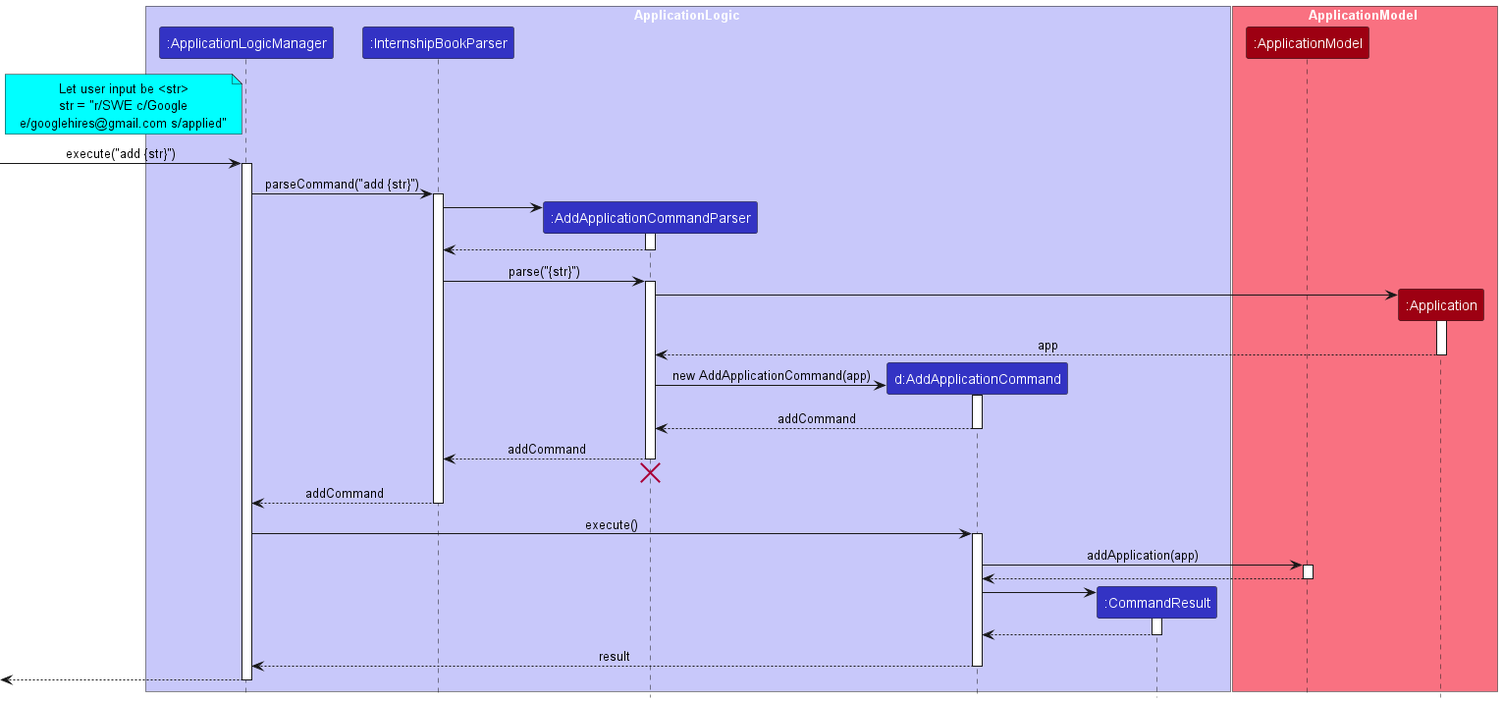
Earlier version of the PlantUML export docs/images/AddApplicationSequenceDiagram.png (nus-cs2103-AY2223S2/tp).
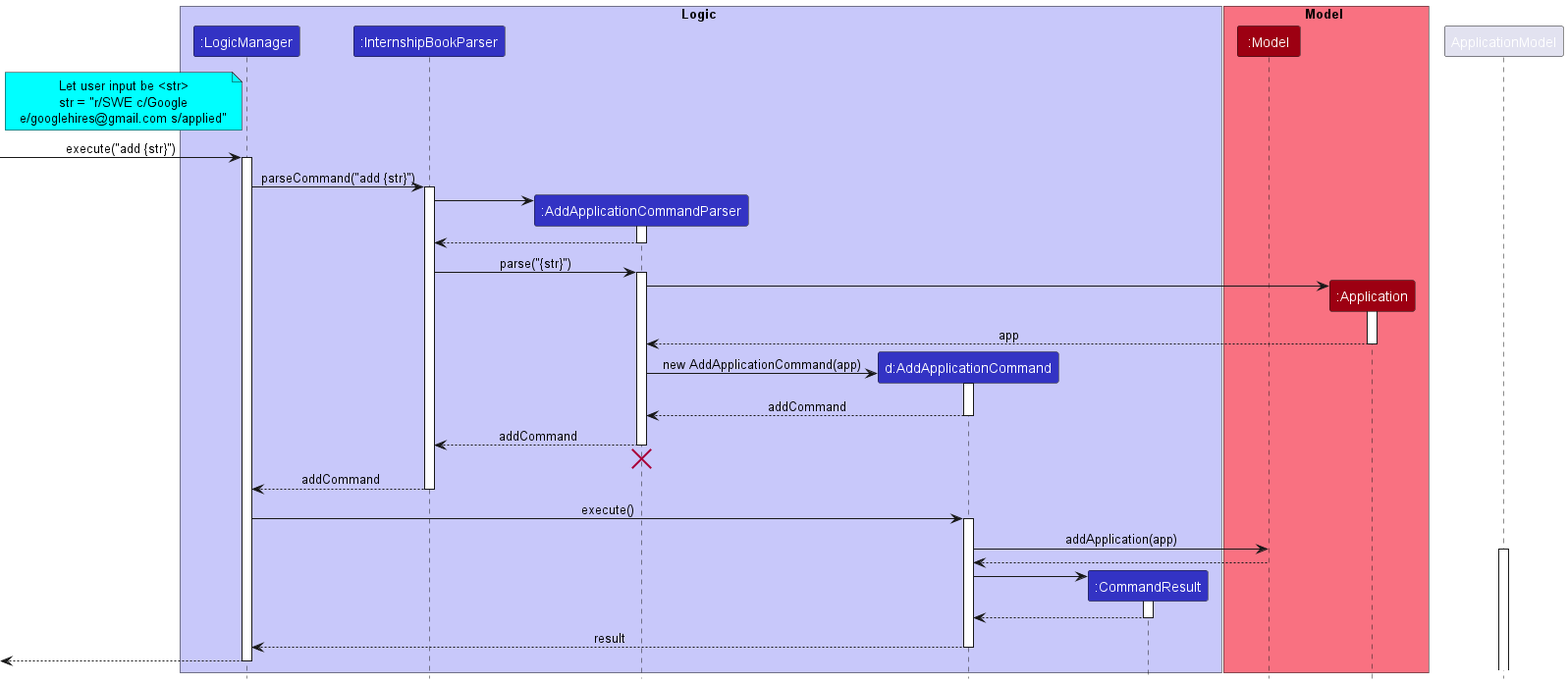
Later version of the same file.

What changed in the source:
```diff
@@ -1,29 +1,29 @@
 @startuml
 !include style.puml
 
-box ApplicationLogic LOGIC_COLOR_T1
-participant ":ApplicationLogicManager" as ApplicationLogicManager LOGIC_COLOR
+box Logic LOGIC_COLOR_T1
+participant ":LogicManager" as LogicManager LOGIC_COLOR
 participant ":InternshipBookParser" as InternshipBookParser LOGIC_COLOR
 participant ":AddApplicationCommandParser" as AddApplicationCommandParser LOGIC_COLOR
 participant "d:AddApplicationCommand" as AddApplicationCommand LOGIC_COLOR
 participant ":CommandResult" as CommandResult LOGIC_COLOR
 end box
 
-box ApplicationModel MODEL_COLOR_T1
-participant ":ApplicationModel" as ApplicationModel MODEL_COLOR
+box Model MODEL_COLOR_T1
+participant ":Model" as Model MODEL_COLOR
 participant ":Application" as Application MODEL_COLOR
 end box
 
-note left of ApplicationLogicManager #aqua
+note left of LogicManager #aqua
 Let user input be <str>
 str = "r/SWE c/Google
 e/googlehires@gmail.com s/applied"
 end note
 
-[-> ApplicationLogicManager : execute("add {str}")
-activate ApplicationLogicManager
+[-> LogicManager : execute("add {str}")
+activate LogicManager
 
-ApplicationLogicManager -> InternshipBookParser : parseCommand("add {str}")
+LogicManager -> InternshipBookParser : parseCommand("add {str}")
 activate InternshipBookParser
 
 create AddApplicationCommandParser
@@ -55,17 +55,17 @@
 AddApplicationCommandParser -[hidden]-> InternshipBookParser
 destroy AddApplicationCommandParser
 
-InternshipBookParser --> ApplicationLogicManager : addCommand
+InternshipBookParser --> LogicManager : addCommand
 deactivate InternshipBookParser
 
-ApplicationLogicManager -> AddApplicationCommand : execute()
+LogicManager -> AddApplicationCommand : execute()
 activate AddApplicationCommand
 
-AddApplicationCommand -> ApplicationModel : addApplication(app)
+AddApplicationCommand -> Model : addApplication(app)
 activate ApplicationModel
 
-ApplicationModel --> AddApplicationCommand
-deactivate ApplicationModel
+Model --> AddApplicationCommand
+deactivate Model
 
 create CommandResult
 AddApplicationCommand -> CommandResult
@@ -74,9 +74,10 @@
 CommandResult --> AddApplicationCommand
 deactivate CommandResult
 
-AddApplicationCommand --> ApplicationLogicManager : result
+AddApplicationCommand --> LogicManager : result
 deactivate AddApplicationCommand
 
-[<--ApplicationLogicManager
-deactivate ApplicationLogicManager
+[<--LogicManager
+deactivate LogicManager
+
 @enduml
```
